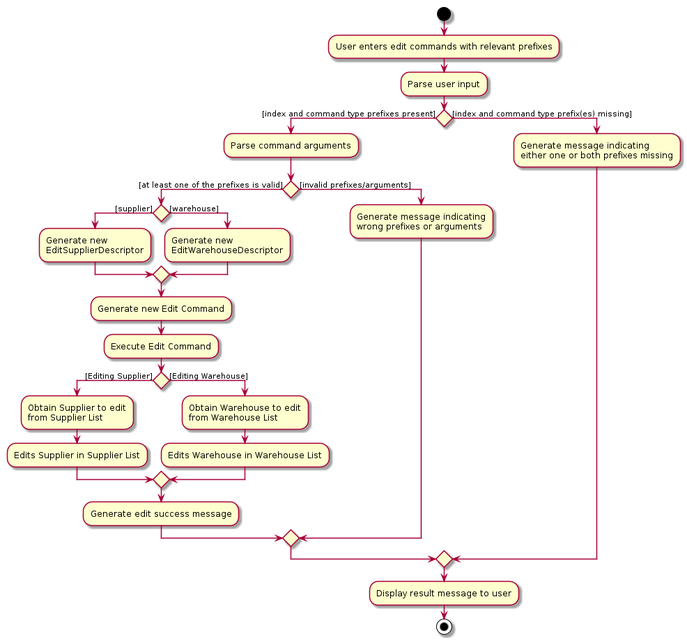
tohyuting/tp keeps this PlantUML diagram as docs/images/EditCommandActivityDiagram.png. Above is the earlier version.
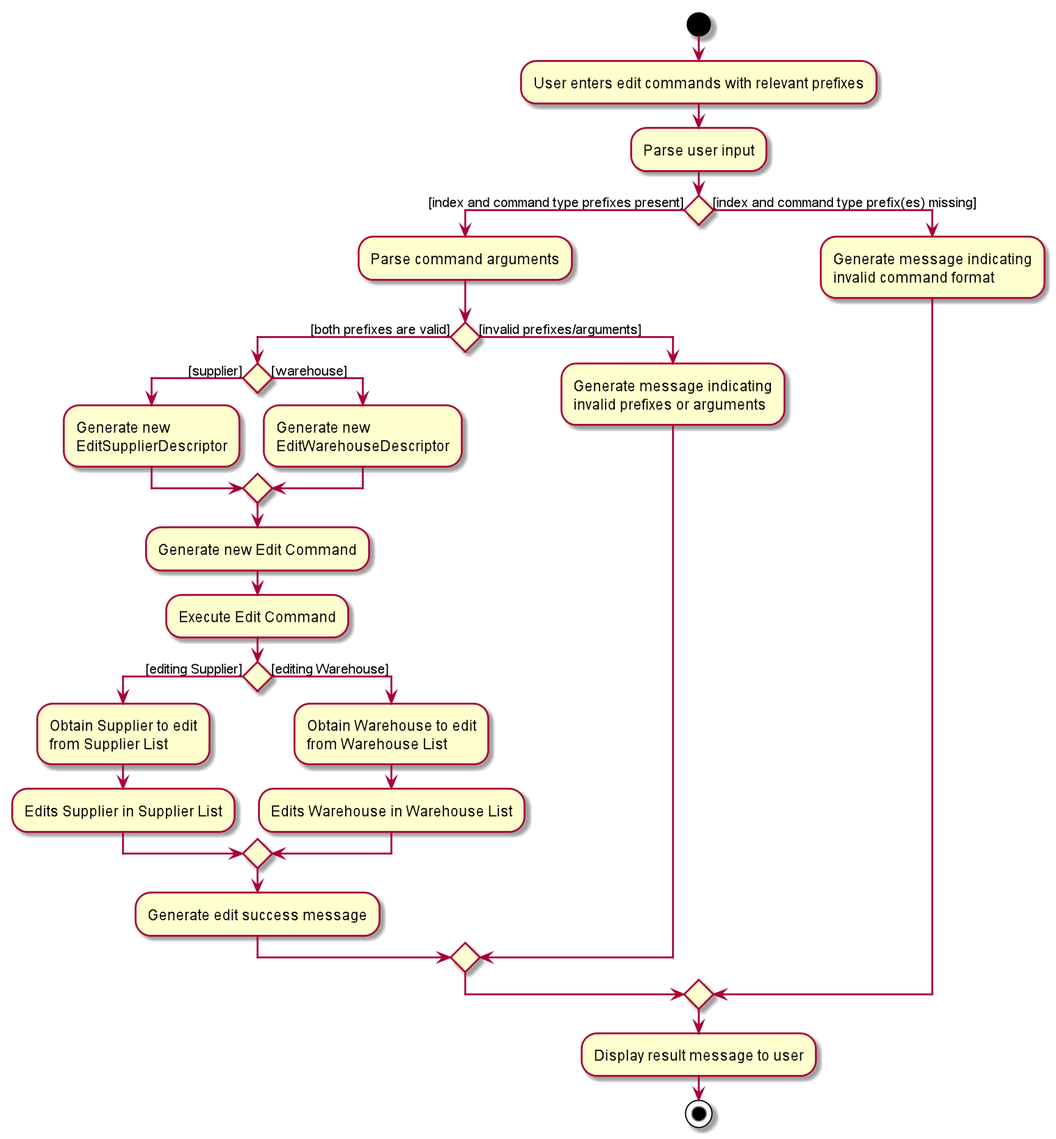
After the commit.

Change to the diagram source:
```diff
@@ -6,7 +6,7 @@
 
 if () then ([index and command type prefixes present])
     :Parse command arguments;
-    if () then([at least one of the prefixes is valid])
+    if () then([both prefixes are valid])
         if () then([supplier])
         :Generate new
         EditSupplierDescriptor;
@@ -18,11 +18,11 @@
         :Generate new Edit Command;
         :Execute Edit Command;
 
-        if () then([Editing Supplier])
+        if () then([editing Supplier])
         :Obtain Supplier to edit
         from Supplier List;
         :Edits Supplier in Supplier List;
-        else ([Editing Warehouse])
+        else ([editing Warehouse])
         :Obtain Warehouse to edit
         from Warehouse List;
         :Edits Warehouse in Warehouse List;
@@ -30,11 +30,11 @@
         :Generate edit success message;
     else ([invalid prefixes/arguments])
     :Generate message indicating
-    wrong prefixes or arguments;
+    invalid prefixes or arguments;
     endif
 else ([index and command type prefix(es) missing])
     :Generate message indicating
-    either one or both prefixes missing;
+    invalid command format;
 endif
 :Display result message to user;
 stop
```
